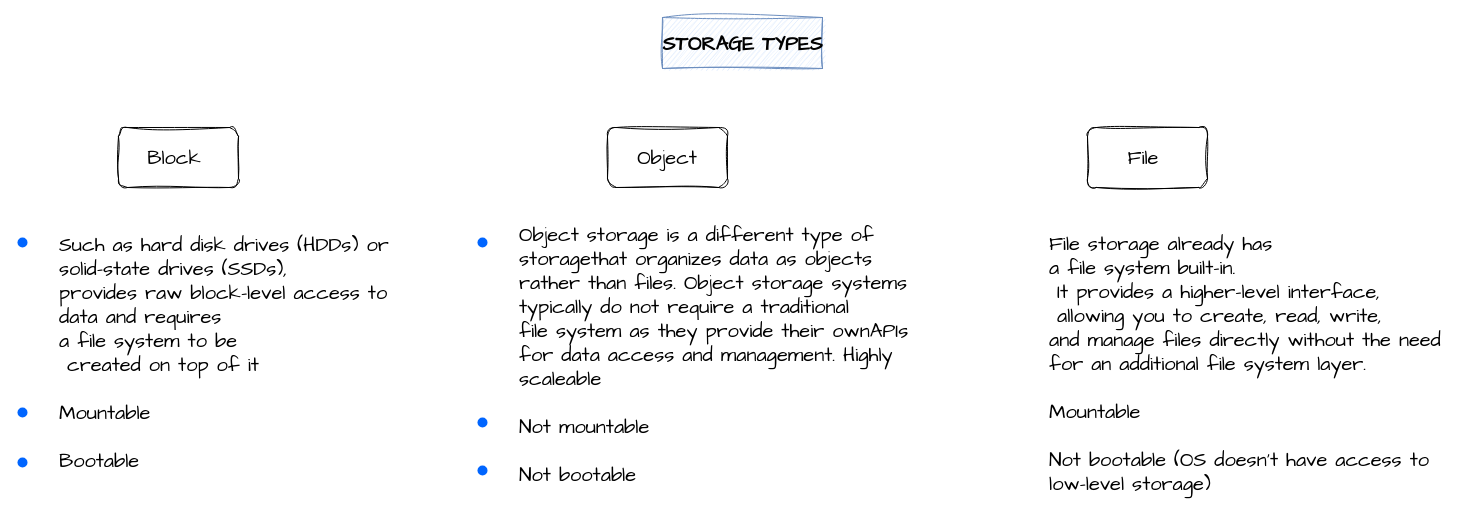
This is page "Storage Types" (4 of 17) of docs/EC2/ec2.drawio from iamsecb/aws-illustrated, a draw.io file, before an edit. Source tidied: cells renumbered, new cells numbered last; positions are measured from the earlier drawing's top-left corner, leaving out a move shared by most shapes. Both pictures are drawn from the tidied source at 100%, with x=0, y=0 at pixel (17, 17).
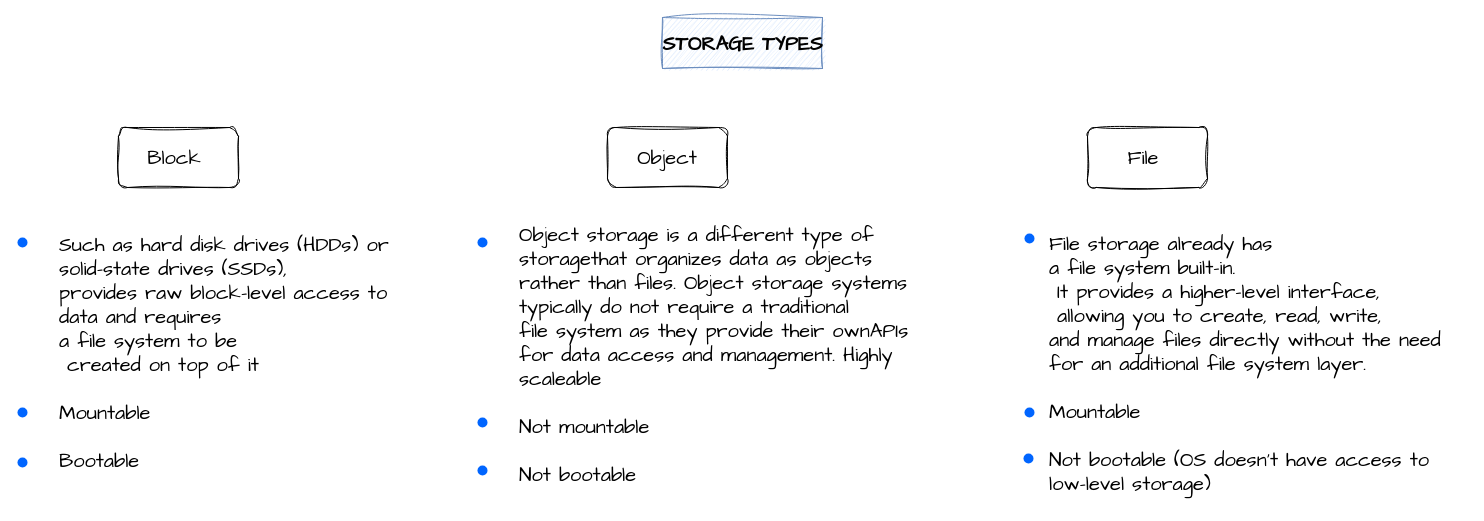
The same diagram, later.

Change to the diagram source:
```diff
@@
 <mxGraphModel>
   <root>
     <mxCell id="0" />
     <mxCell id="1" parent="0" />
     <mxCell id="2" value="STORAGE TYPES" style="text;strokeColor=#6c8ebf;fillColor=#dae8fc;html=1;fontSize=20;fontStyle=1;verticalAlign=middle;align=center;fontFamily=Architects Daughter;sketch=1;curveFitting=1;jiggle=2;" parent="1" vertex="1">
       <mxGeometry x="645" width="160" height="51" as="geometry" />
     </mxCell>
     <mxCell id="3" value="Block&amp;nbsp;" style="rounded=1;whiteSpace=wrap;html=1;sketch=1;hachureGap=4;jiggle=2;curveFitting=1;fontFamily=Architects Daughter;fontSize=20;" parent="1" vertex="1">
       <mxGeometry x="101" y="110" width="120" height="60" as="geometry" />
     </mxCell>
     <mxCell id="4" value="Object&lt;br&gt;" style="rounded=1;whiteSpace=wrap;html=1;sketch=1;hachureGap=4;jiggle=2;curveFitting=1;fontFamily=Architects Daughter;fontSize=20;" parent="1" vertex="1">
       <mxGeometry x="590" y="110" width="120" height="60" as="geometry" />
     </mxCell>
     <mxCell id="5" value="File&amp;nbsp;" style="rounded=1;whiteSpace=wrap;html=1;sketch=1;hachureGap=4;jiggle=2;curveFitting=1;fontFamily=Architects Daughter;fontSize=20;" parent="1" vertex="1">
       <mxGeometry x="1070" y="110" width="120" height="60" as="geometry" />
     </mxCell>
     <mxCell id="6" value="Such as hard disk drives (HDDs) or &lt;br&gt;solid-state drives (SSDs), &lt;br&gt;provides raw block-level access to &lt;br&gt;data and requires &lt;br&gt;a file system to be&lt;br&gt;&amp;nbsp;created on top of it&lt;br&gt;&lt;br&gt;Mountable&lt;br&gt;&lt;br&gt;Bootable" style="text;html=1;align=left;verticalAlign=middle;strokeColor=none;fillColor=none;fontSize=20;fontFamily=Architects Daughter;" parent="1" vertex="1">
       <mxGeometry x="40" y="210" width="350" height="250" as="geometry" />
     </mxCell>
     <mxCell id="7" value="Object storage is a different type of &lt;br&gt;storagethat organizes data as objects &lt;br&gt;rather than files. Object storage systems &lt;br&gt;typically do not require&amp;nbsp;a traditional &lt;br&gt;file system as they provide their ownAPIs &lt;br&gt;for data access and management. Highly&lt;br&gt;scaleable&lt;br&gt;&lt;br&gt;Not mountable&lt;br&gt;&lt;br&gt;Not bootable" style="text;html=1;align=left;verticalAlign=middle;strokeColor=none;fillColor=none;fontSize=20;fontFamily=Architects Daughter;" parent="1" vertex="1">
       <mxGeometry x="500" y="197" width="410" height="280" as="geometry" />
     </mxCell>
     <mxCell id="8" value="File storage already has &lt;br&gt;a file system built-in.&lt;br&gt;&amp;nbsp;It provides a higher-level interface,&lt;br&gt;&amp;nbsp;allowing you to create, read, write, &lt;br&gt;and manage files directly without the need &lt;br&gt;for an additional file system layer.&lt;br&gt;&lt;br&gt;Mountable&lt;br&gt;&lt;br&gt;Not bootable (OS doesn't have access to&lt;br&gt;low-level storage)" style="text;html=1;align=left;verticalAlign=middle;strokeColor=none;fillColor=none;fontSize=20;fontFamily=Architects Daughter;" parent="1" vertex="1">
       <mxGeometry x="1030" y="206" width="420" height="280" as="geometry" />
     </mxCell>
     <mxCell id="9" style="shape=ellipse;fillColor=#0065FF;strokeColor=none;html=1;sketch=0;hachureGap=4;jiggle=2;curveFitting=1;fontFamily=Architects Daughter;fontSize=20;" parent="1" vertex="1">
       <mxGeometry y="220" width="10" height="10" as="geometry" />
     </mxCell>
     <mxCell id="10" style="shape=ellipse;fillColor=#0065FF;strokeColor=none;html=1;sketch=0;hachureGap=4;jiggle=2;curveFitting=1;fontFamily=Architects Daughter;fontSize=20;" parent="1" vertex="1">
       <mxGeometry y="390" width="10" height="10" as="geometry" />
     </mxCell>
     <mxCell id="11" style="shape=ellipse;fillColor=#0065FF;strokeColor=none;html=1;sketch=0;hachureGap=4;jiggle=2;curveFitting=1;fontFamily=Architects Daughter;fontSize=20;" parent="1" vertex="1">
       <mxGeometry y="440" width="10" height="10" as="geometry" />
     </mxCell>
     <mxCell id="12" style="shape=ellipse;fillColor=#0065FF;strokeColor=none;html=1;sketch=0;hachureGap=4;jiggle=2;curveFitting=1;fontFamily=Architects Daughter;fontSize=20;" parent="1" vertex="1">
       <mxGeometry x="460" y="220" width="10" height="10" as="geometry" />
     </mxCell>
     <mxCell id="13" style="shape=ellipse;fillColor=#0065FF;strokeColor=none;html=1;sketch=0;hachureGap=4;jiggle=2;curveFitting=1;fontFamily=Architects Daughter;fontSize=20;" parent="1" vertex="1">
       <mxGeometry x="460" y="400" width="10" height="10" as="geometry" />
     </mxCell>
     <mxCell id="14" style="shape=ellipse;fillColor=#0065FF;strokeColor=none;html=1;sketch=0;hachureGap=4;jiggle=2;curveFitting=1;fontFamily=Architects Daughter;fontSize=20;" parent="1" vertex="1">
       <mxGeometry x="460" y="448" width="10" height="10" as="geometry" />
     </mxCell>
+    <mxCell id="15" style="shape=ellipse;fillColor=#0065FF;strokeColor=none;html=1;sketch=0;hachureGap=4;jiggle=2;curveFitting=1;fontFamily=Architects Daughter;fontSize=20;" parent="1" vertex="1">
+      <mxGeometry x="1007" y="216" width="10" height="10" as="geometry" />
+    </mxCell>
+    <mxCell id="16" style="shape=ellipse;fillColor=#0065FF;strokeColor=none;html=1;sketch=0;hachureGap=4;jiggle=2;curveFitting=1;fontFamily=Architects Daughter;fontSize=20;" parent="1" vertex="1">
+      <mxGeometry x="1007" y="390" width="10" height="10" as="geometry" />
+    </mxCell>
+    <mxCell id="17" style="shape=ellipse;fillColor=#0065FF;strokeColor=none;html=1;sketch=0;hachureGap=4;jiggle=2;curveFitting=1;fontFamily=Architects Daughter;fontSize=20;" parent="1" vertex="1">
+      <mxGeometry x="1006" y="436" width="10" height="10" as="geometry" />
+    </mxCell>
   </root>
 </mxGraphModel>
```
